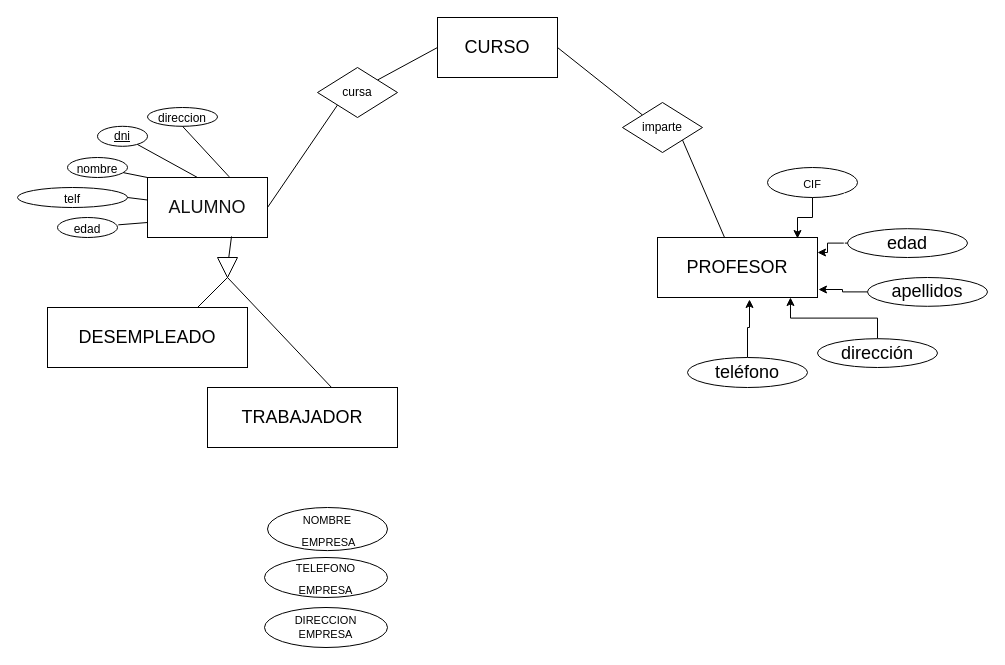
Above: Untitled Diagram.drawio in JuanMarinG/TA12_MYSQL (draw.io), before the change. Source tidied: cells renumbered, new cells numbered last; positions are measured from the earlier drawing's top-left corner, leaving out a move shared by most shapes. Both pictures are drawn from the tidied source at 100%, with x=0, y=0 at pixel (17, 17).
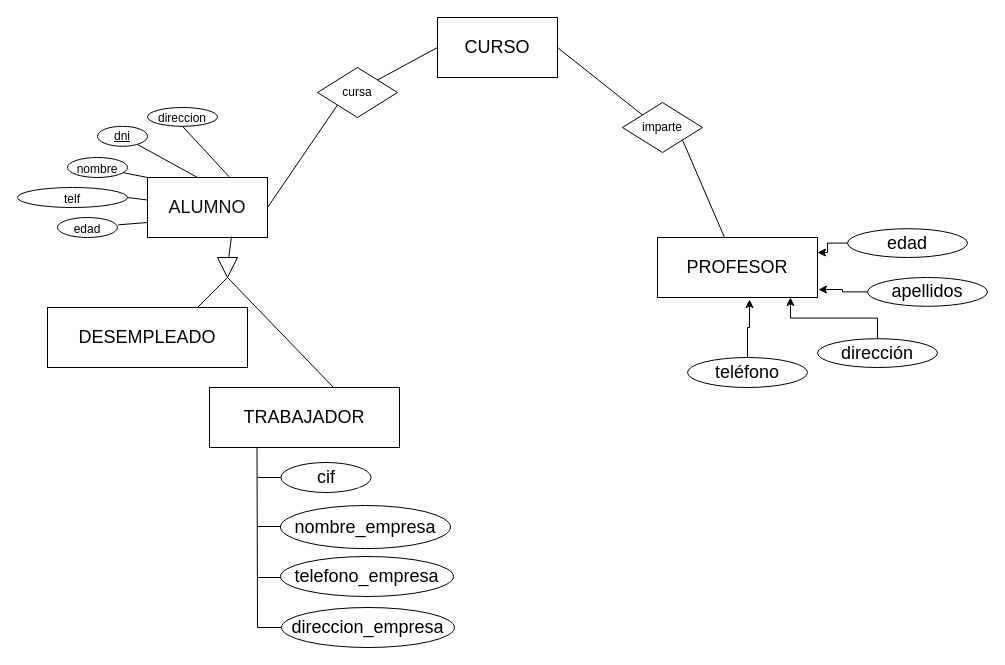
Above is the later version.

Commit message:
fijamos estilos

The change refers to these unchanged cells:
```xml
<mxCell id="9" value="PROFESOR" style="rounded=0;whiteSpace=wrap;html=1;shadow=0;sketch=0;fontSize=18;" parent="1" vertex="1">
  <mxGeometry x="640" y="220" width="160" height="60" as="geometry" />
</mxCell>
```

Change to the diagram source:
```diff
@@
     <mxCell id="4" value="TRABAJADOR" style="rounded=0;whiteSpace=wrap;html=1;shadow=0;sketch=0;fontSize=18;" parent="1" vertex="1">
-      <mxGeometry x="190" y="370" width="190" height="60" as="geometry" />
+      <mxGeometry x="192" y="370" width="190" height="60" as="geometry" />
     </mxCell>
@@
-    <mxCell id="12" value="&lt;font style=&quot;font-size: 11px;&quot;&gt;CIF&lt;/font&gt;" style="ellipse;whiteSpace=wrap;html=1;rounded=0;shadow=0;sketch=0;fontSize=18;" parent="1" vertex="1">
-      <mxGeometry x="750" y="150" width="90" height="30" as="geometry" />
+    <mxCell id="12" value="cif" style="ellipse;whiteSpace=wrap;html=1;rounded=0;shadow=0;sketch=0;fontSize=18;" parent="1" vertex="1">
+      <mxGeometry x="263.5" y="445" width="90" height="30" as="geometry" />
     </mxCell>
@@
-    <mxCell id="19" style="edgeStyle=orthogonalEdgeStyle;rounded=0;jettySize=auto;html=1;entryX=0.875;entryY=0.017;entryDx=0;entryDy=0;entryPerimeter=0;" parent="1" edge="1" source="12" target="9">
-      <mxGeometry relative="1" as="geometry" />
-    </mxCell>
@@
-    <mxCell id="40" value="&lt;div style=&quot;font-size: 11px;&quot;&gt;&lt;font style=&quot;font-size: 11px;&quot;&gt;DIRECCION&lt;/font&gt;&lt;/div&gt;&lt;div style=&quot;font-size: 11px;&quot;&gt;&lt;font style=&quot;font-size: 11px;&quot;&gt;&lt;font style=&quot;font-size: 11px;&quot;&gt;EMPRESA&lt;/font&gt;&lt;br&gt;&lt;/font&gt;&lt;/div&gt;" style="ellipse;whiteSpace=wrap;html=1;rounded=0;shadow=0;sketch=0;fontSize=18;" parent="1" vertex="1">
-      <mxGeometry x="247" y="590" width="123" height="40" as="geometry" />
+    <mxCell id="40" value="direccion_empresa" style="ellipse;whiteSpace=wrap;html=1;rounded=0;shadow=0;sketch=0;fontSize=18;" parent="1" vertex="1">
+      <mxGeometry x="264" y="590" width="173" height="40" as="geometry" />
     </mxCell>
-    <mxCell id="41" value="&lt;div&gt;&lt;font style=&quot;font-size: 11px;&quot;&gt;TELEFONO&lt;/font&gt;&lt;/div&gt;&lt;div&gt;&lt;font style=&quot;font-size: 11px;&quot;&gt;EMPRESA&lt;br&gt;&lt;/font&gt;&lt;/div&gt;" style="ellipse;whiteSpace=wrap;html=1;rounded=0;shadow=0;sketch=0;fontSize=18;" parent="1" vertex="1">
-      <mxGeometry x="247" y="540" width="123" height="40" as="geometry" />
+    <mxCell id="41" value="telefono_empresa" style="ellipse;whiteSpace=wrap;html=1;rounded=0;shadow=0;sketch=0;fontSize=18;" parent="1" vertex="1">
+      <mxGeometry x="263" y="539" width="173" height="40" as="geometry" />
     </mxCell>
-    <mxCell id="42" value="&lt;div&gt;&lt;font style=&quot;font-size: 11px;&quot;&gt;NOMBRE&lt;/font&gt;&lt;/div&gt;&lt;div&gt;&lt;font style=&quot;font-size: 11px;&quot;&gt;&amp;nbsp;EMPRESA&lt;/font&gt;&lt;/div&gt;" style="ellipse;whiteSpace=wrap;html=1;rounded=0;shadow=0;sketch=0;fontSize=18;" parent="1" vertex="1">
-      <mxGeometry x="250" y="490" width="120" height="43.1" as="geometry" />
+    <mxCell id="42" value="nombre_empresa" style="ellipse;whiteSpace=wrap;html=1;rounded=0;shadow=0;sketch=0;fontSize=18;" parent="1" vertex="1">
+      <mxGeometry x="263" y="488" width="170" height="43.1" as="geometry" />
     </mxCell>
+    <mxCell id="43" style="endArrow=none;html=1;rounded=1;sketch=0;fontSize=11;fontColor=#0F0F0F;strokeColor=default;curved=0;exitX=0.25;exitY=1;exitDx=0;exitDy=0;" parent="1" edge="1" source="4">
+      <mxGeometry relative="1" as="geometry">
+        <mxPoint x="240" y="610" as="targetPoint" />
+      </mxGeometry>
+    </mxCell>
+    <mxCell id="44" style="endArrow=none;html=1;rounded=1;sketch=0;fontSize=11;fontColor=#0F0F0F;strokeColor=default;curved=0;entryX=0;entryY=0.5;entryDx=0;entryDy=0;" parent="1" edge="1" target="12">
+      <mxGeometry relative="1" as="geometry">
+        <mxPoint x="240" y="460" as="sourcePoint" />
+      </mxGeometry>
+    </mxCell>
+    <mxCell id="45" style="endArrow=none;html=1;rounded=1;sketch=0;fontSize=11;fontColor=#0F0F0F;strokeColor=default;curved=0;entryX=0;entryY=0.5;entryDx=0;entryDy=0;" parent="1" edge="1">
+      <mxGeometry relative="1" as="geometry">
+        <mxPoint x="240" y="509" as="sourcePoint" />
+        <mxPoint x="263.5" y="509" as="targetPoint" />
+      </mxGeometry>
+    </mxCell>
+    <mxCell id="46" style="endArrow=none;html=1;rounded=1;sketch=0;fontSize=11;fontColor=#0F0F0F;strokeColor=default;curved=0;entryX=0;entryY=0.5;entryDx=0;entryDy=0;" parent="1" edge="1">
+      <mxGeometry relative="1" as="geometry">
+        <mxPoint x="240" y="560" as="sourcePoint" />
+        <mxPoint x="263.5" y="560" as="targetPoint" />
+      </mxGeometry>
+    </mxCell>
+    <mxCell id="47" style="endArrow=none;html=1;rounded=1;sketch=0;fontSize=11;fontColor=#0F0F0F;strokeColor=default;curved=0;entryX=0;entryY=0.5;entryDx=0;entryDy=0;" parent="1" edge="1">
+      <mxGeometry relative="1" as="geometry">
+        <mxPoint x="240" y="610" as="sourcePoint" />
+        <mxPoint x="263.5" y="610" as="targetPoint" />
+      </mxGeometry>
+    </mxCell>
```
